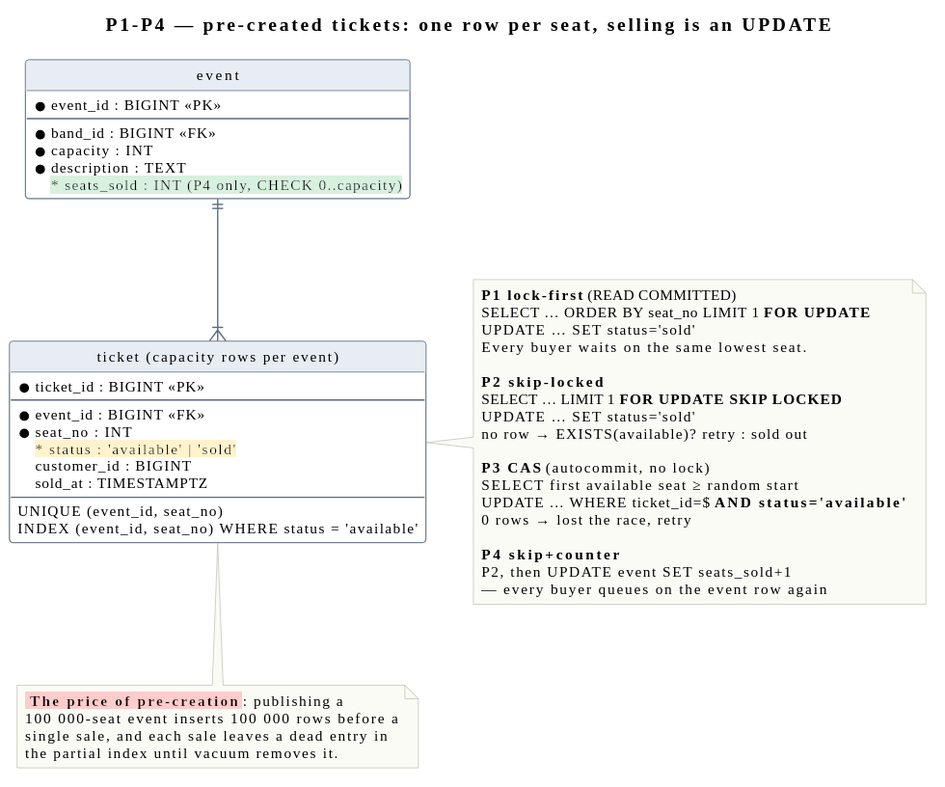
Earlier version of the PlantUML export studies/02-ticket-booking/diagrams/rendered/p_precreated.svg (xiles84/architecture_design_studies).
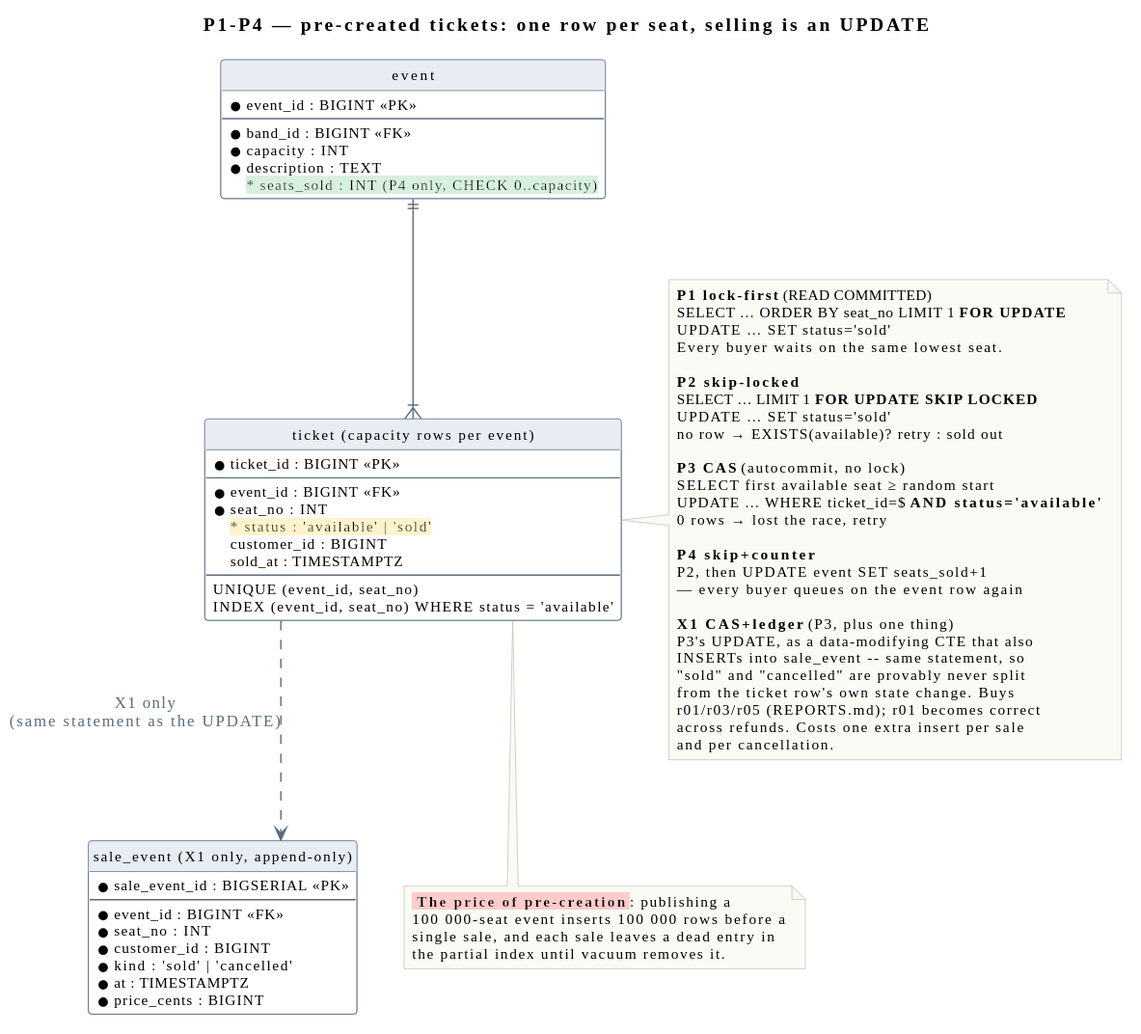
After the change.

Diff of the diagram source:
```diff
@@ -24,6 +24,18 @@
 }
 e ||--|{ t
 
+entity "sale_event  (X1 only, append-only)" as se {
+  * sale_event_id : BIGSERIAL <<PK>>
+  --
+  * event_id : BIGINT <<FK>>
+  * seat_no : INT
+  * customer_id : BIGINT
+  * kind : 'sold' | 'cancelled'
+  * at : TIMESTAMPTZ
+  * price_cents : BIGINT
+}
+t ..> se : X1 only\n(same statement as the UPDATE)
+
 note right of t
   **P1 lock-first** (READ COMMITTED)
   SELECT … ORDER BY seat_no LIMIT 1 **FOR UPDATE**
@@ -43,6 +55,15 @@
   **P4 skip+counter**
   P2, then UPDATE event SET seats_sold+1
   — every buyer queues on the event row again
+
+  **X1 CAS+ledger** (P3, plus one thing)
+  P3's UPDATE, as a data-modifying CTE that also
+  INSERTs into sale_event -- same statement, so
+  "sold" and "cancelled" are provably never split
+  from the ticket row's own state change. Buys
+  r01/r03/r05 (REPORTS.md); r01 becomes correct
+  across refunds. Costs one extra insert per sale
+  and per cancellation.
 end note
 
 note bottom of t
```
